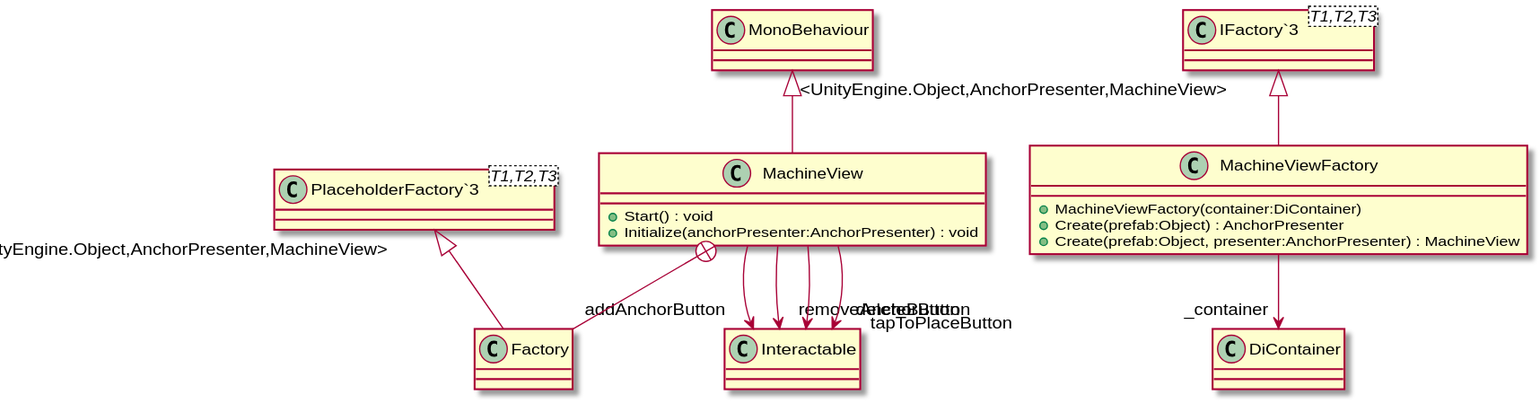
Before: UML/Assets/Scripts/MachineView.svg, a diagram exported from PlantUML (DeNatur/ProductionFloorVisualization).
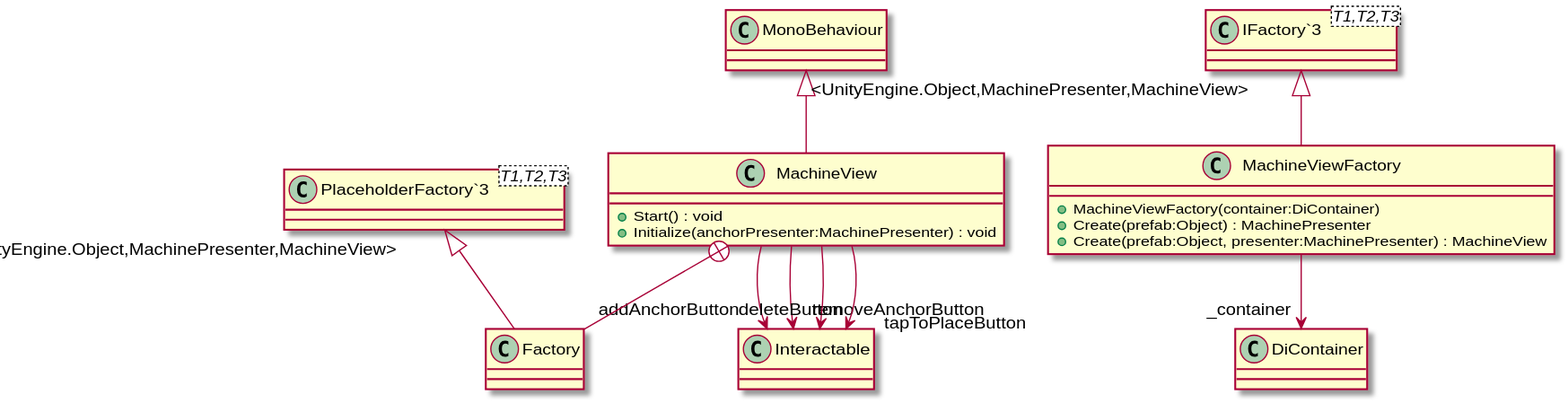
After the commit.

Diff of the diagram source:
```diff
@@ -1,12 +1,12 @@
 @startuml
 class MachineView {
     + Start() : void
-    + Initialize(anchorPresenter:AnchorPresenter) : void
+    + Initialize(anchorPresenter:MachinePresenter) : void
 }
 class MachineViewFactory {
     + MachineViewFactory(container:DiContainer)
-    + Create(prefab:Object) : AnchorPresenter
-    + Create(prefab:Object, presenter:AnchorPresenter) : MachineView
+    + Create(prefab:Object) : MachinePresenter
+    + Create(prefab:Object, presenter:MachinePresenter) : MachineView
 }
 class Factory {
 }
@@ -19,8 +19,8 @@
 MachineView --> "removeAnchorButton" Interactable
 MachineView --> "tapToPlaceButton" Interactable
 MachineView --> "deleteButton" Interactable
-"IFactory`3" "<UnityEngine.Object,AnchorPresenter,MachineView>" <|-- MachineViewFactory
+"IFactory`3" "<UnityEngine.Object,MachinePresenter,MachineView>" <|-- MachineViewFactory
 MachineViewFactory --> "_container" DiContainer
 MachineView +-- Factory
-"PlaceholderFactory`3" "<UnityEngine.Object,AnchorPresenter,MachineView>" <|-- Factory
+"PlaceholderFactory`3" "<UnityEngine.Object,MachinePresenter,MachineView>" <|-- Factory
 @enduml
```
